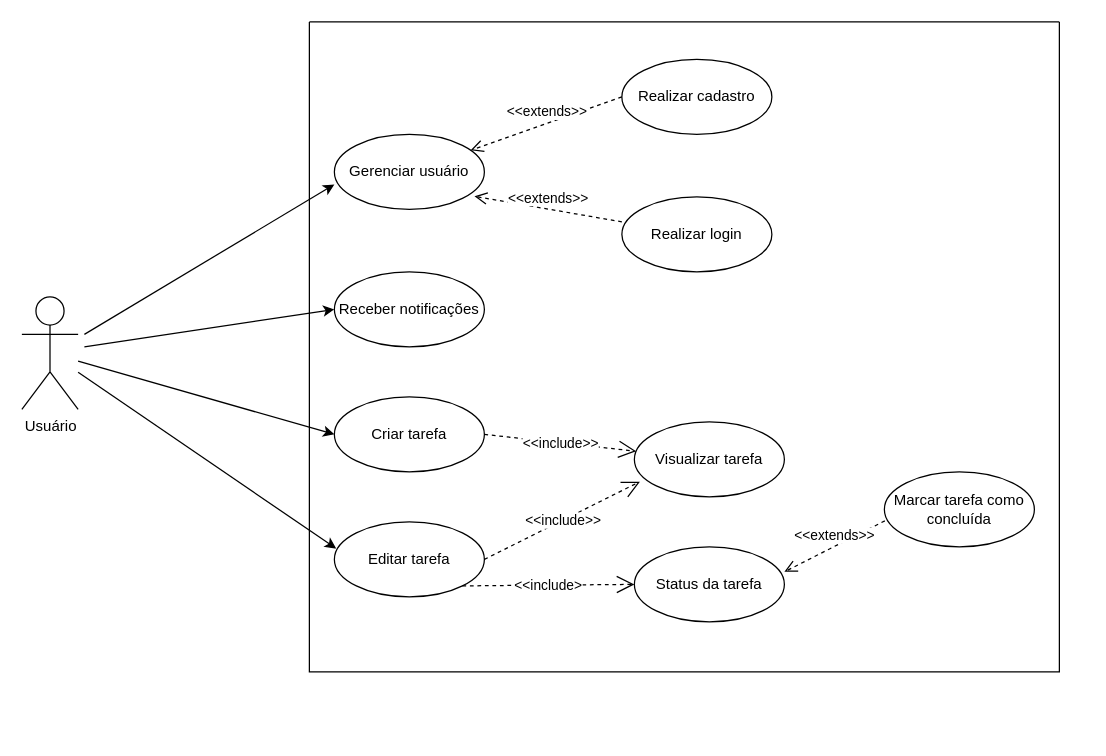
Above: CasoUso_SGTP.drawio in SAMUKISZHSD/Draw.io (draw.io), before the change. Source tidied: cells renumbered, new cells numbered last; positions are measured from the earlier drawing's top-left corner, leaving out a move shared by most shapes. Both pictures are drawn from the tidied source at 125%, with x=0, y=0 at pixel (21, 21).
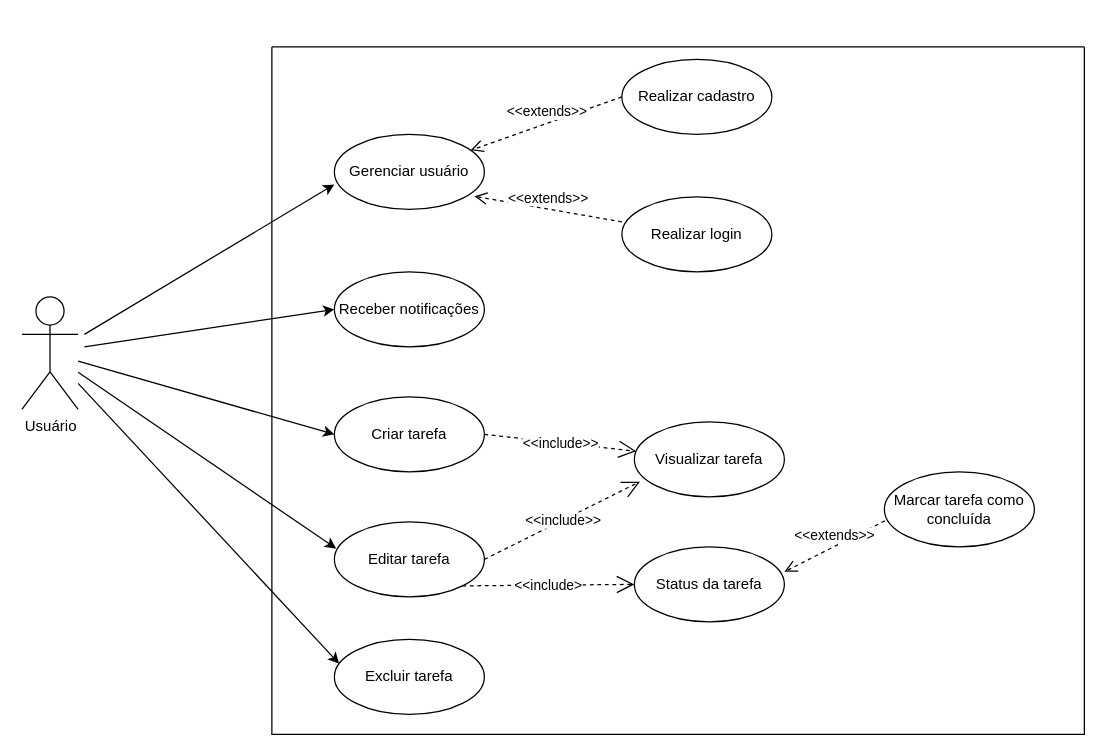
The same diagram, later.

Unchanged cells that the change refers to:
```xml
<mxCell id="2" value="Usuário" style="shape=umlActor;verticalLabelPosition=bottom;verticalAlign=top;html=1;outlineConnect=0;" parent="1" vertex="1">
  <mxGeometry y="220" width="45" height="90" as="geometry" />
</mxCell>
```

Change to the diagram source:
```diff
@@
     <mxCell id="22" style="swimlane;startSize=0;" parent="1" vertex="1">
-      <mxGeometry x="230" width="600" height="520" as="geometry" />
+      <mxGeometry x="200" y="20" width="650" height="550" as="geometry" />
     </mxCell>
+    <mxCell id="23" value="Excluir tarefa" style="ellipse;whiteSpace=wrap;html=1;" parent="22" vertex="1">
+      <mxGeometry x="50" y="474" width="120" height="60" as="geometry" />
+    </mxCell>
+    <mxCell id="24" style="endArrow=classic;html=1;rounded=0;entryX=0.032;entryY=0.325;entryDx=0;entryDy=0;entryPerimeter=0;" parent="1" edge="1" source="2" target="23">
+      <mxGeometry relative="1" as="geometry" />
+    </mxCell>
```
